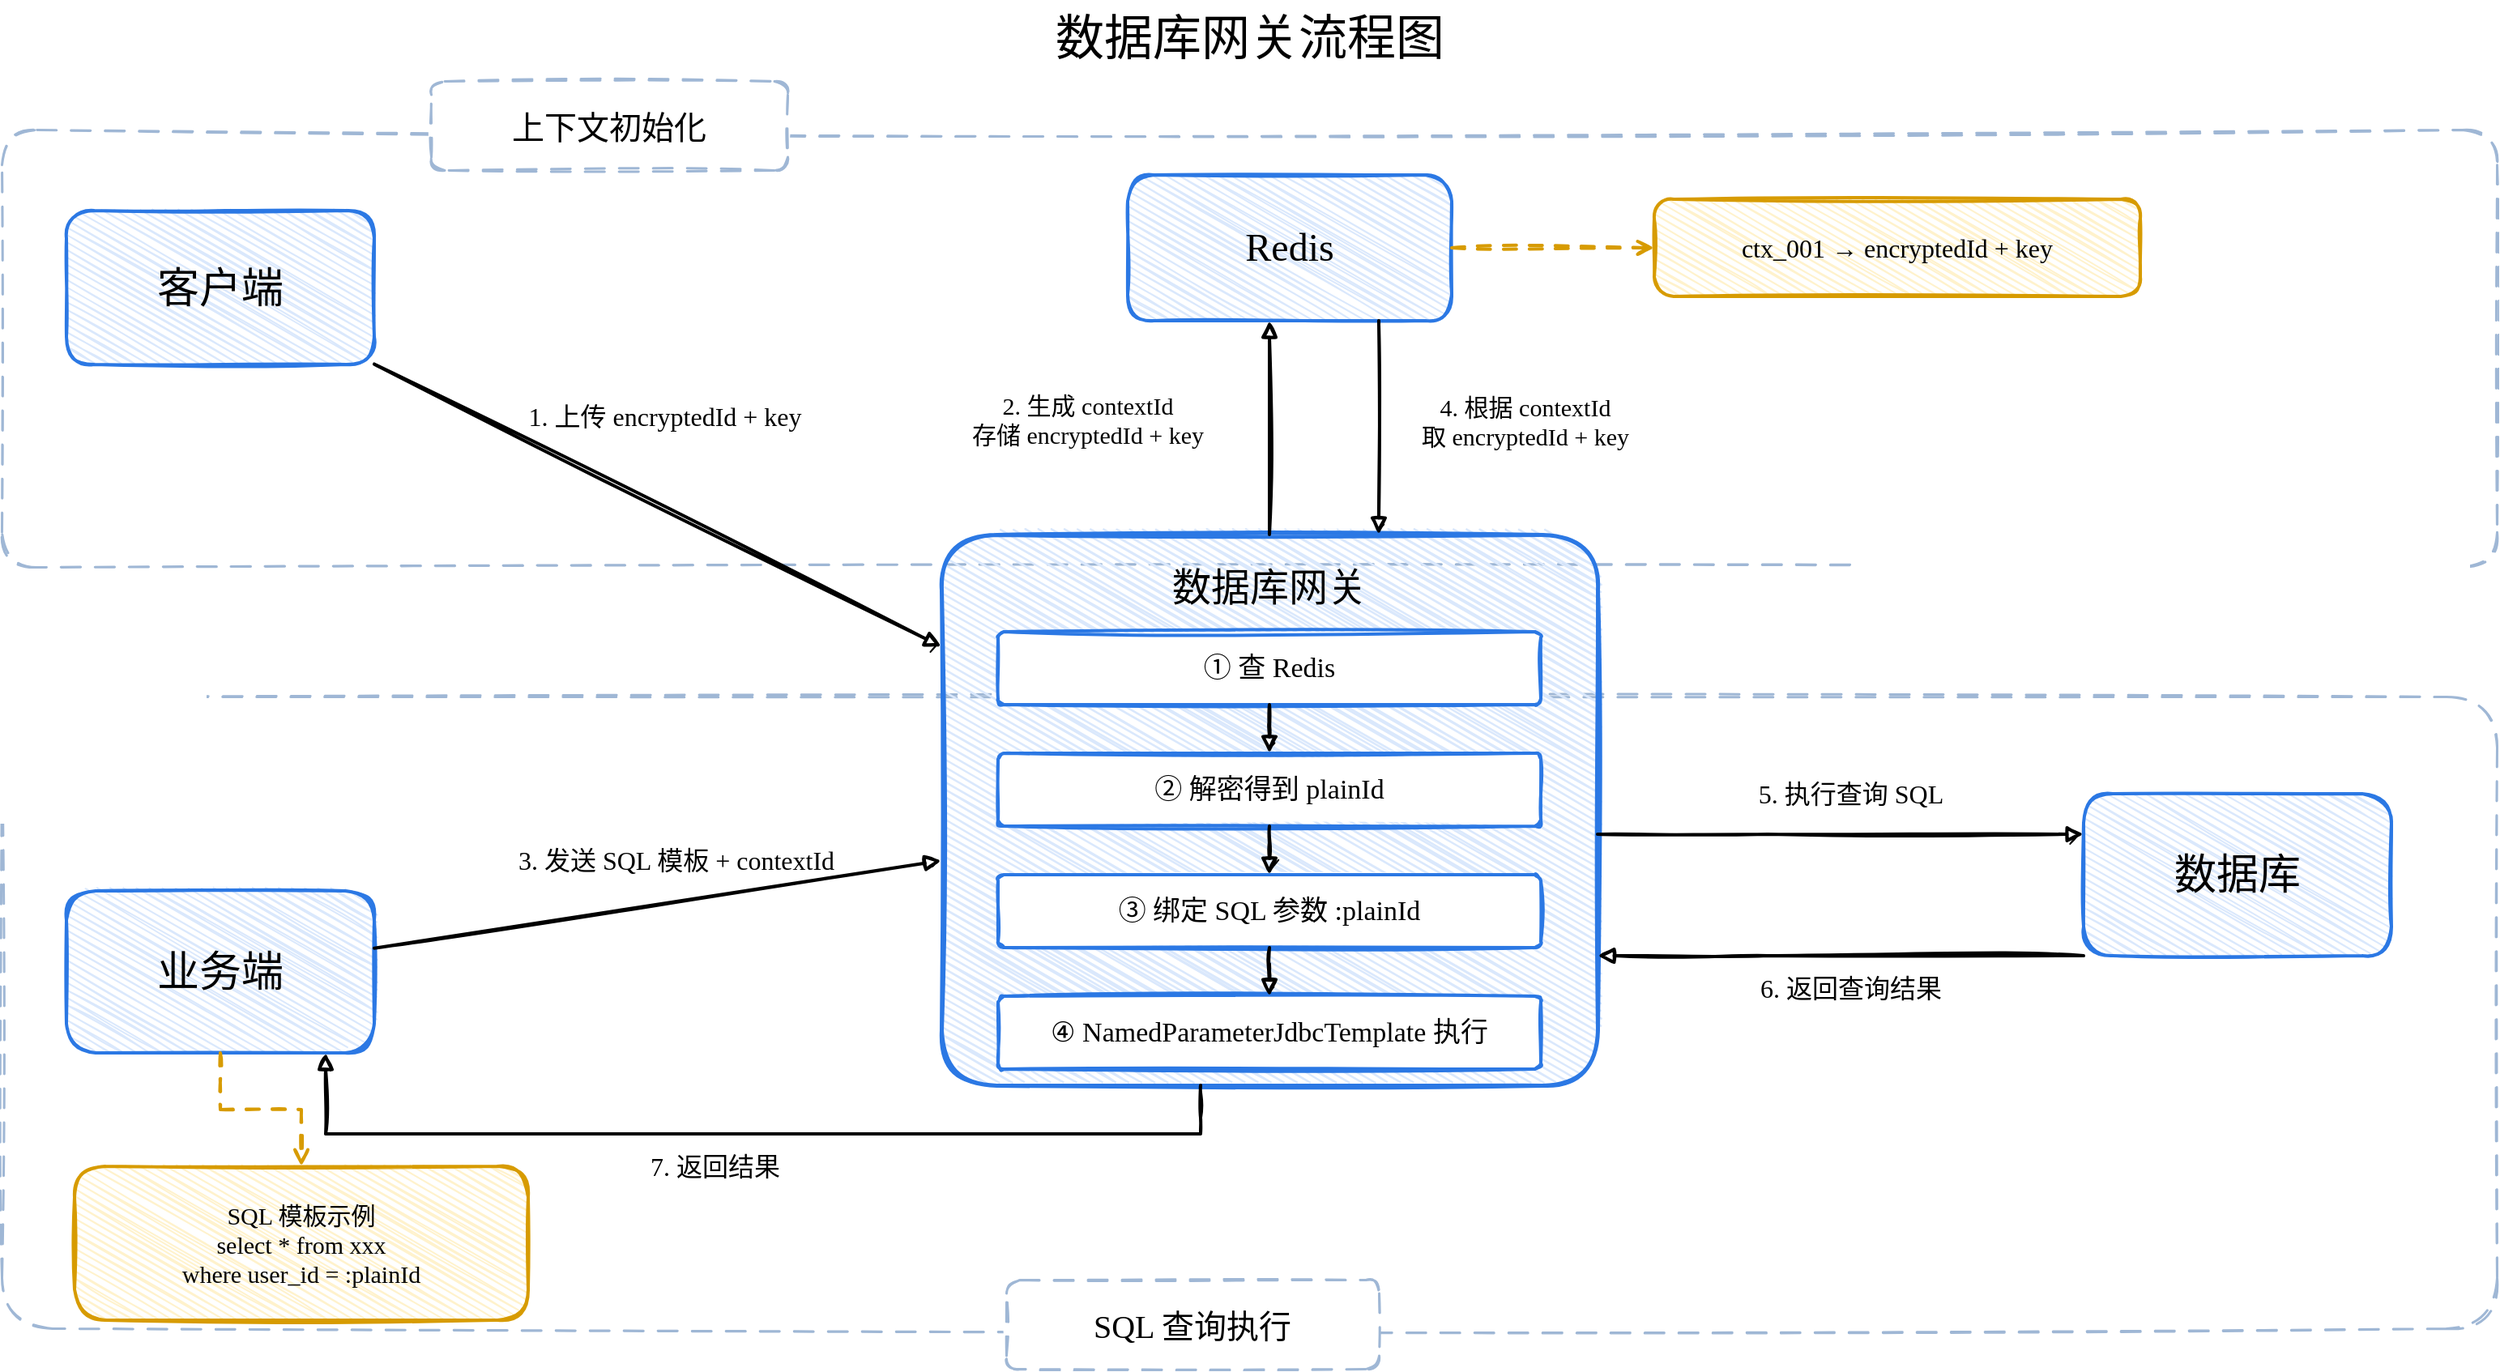
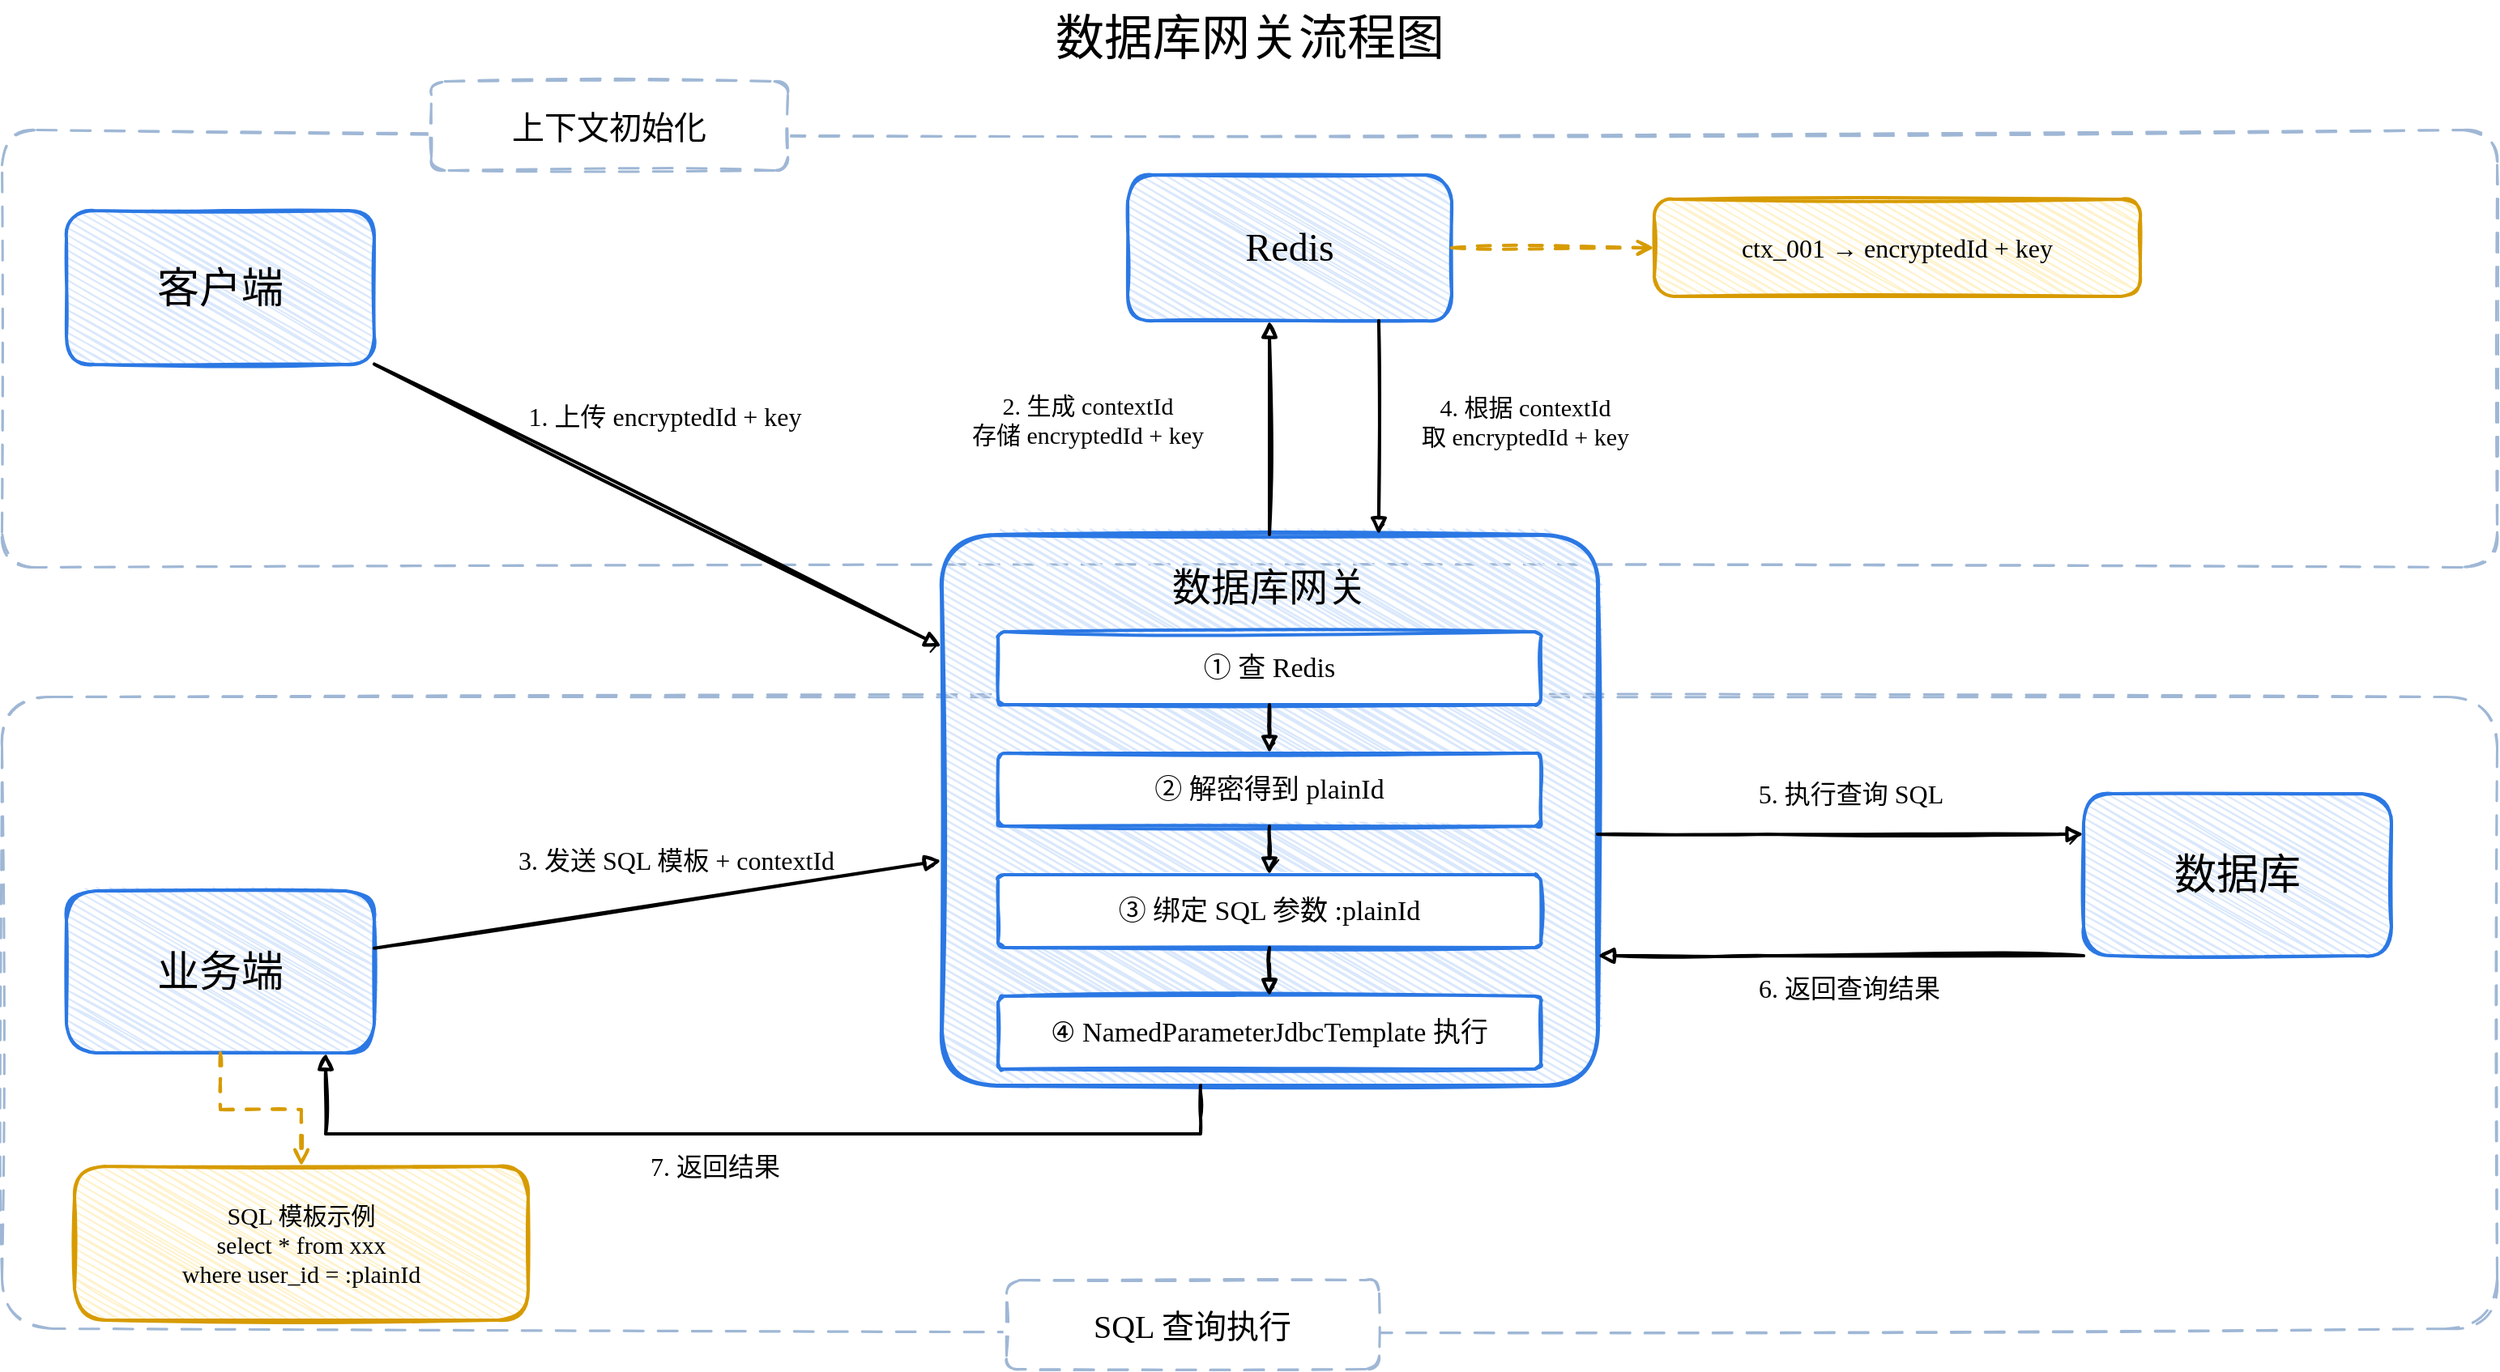
<mxfile host="app.diagrams.net">
  <diagram name="第 1 页" id="lDtMVX3rfUzubP_undm2">
-     <mxGraphModel dx="2058" dy="1438" grid="1" gridSize="10" guides="1" tooltips="1" connect="1" arrows="1" fold="1" page="1" pageScale="1" pageWidth="1600" pageHeight="900" math="0" shadow="0">
+     <mxGraphModel dx="1684" dy="1176" grid="1" gridSize="10" guides="1" tooltips="1" connect="1" arrows="1" fold="1" page="1" pageScale="1" pageWidth="1600" pageHeight="900" math="0" shadow="0">
      <root>
        <mxCell id="0" />
        <mxCell id="1" parent="0" />
        <mxCell id="sec_init" parent="1" style="rounded=1;whiteSpace=wrap;html=1;fillColor=none;strokeColor=#9fb7d5;dashed=1;dashPattern=8 6;strokeWidth=1.5;arcSize=8;sketch=1;" value="" vertex="1">
          <mxGeometry height="270" width="1540" x="30" y="100" as="geometry" />
        </mxCell>
        <mxCell id="sec_sql" parent="1" style="rounded=1;whiteSpace=wrap;html=1;fillColor=none;strokeColor=#9fb7d5;dashed=1;dashPattern=8 6;strokeWidth=1.5;arcSize=8;sketch=1;" value="" vertex="1">
          <mxGeometry height="390" width="1540" x="30" y="450" as="geometry" />
        </mxCell>
        <mxCell id="title" parent="1" style="text;html=1;strokeColor=none;fillColor=none;align=center;verticalAlign=middle;fontSize=30;fontFamily=Comic Sans MS;" value="数据库网关流程图" vertex="1">
          <mxGeometry height="45" width="400" x="600" y="20" as="geometry" />
        </mxCell>
        <mxCell id="label_init" parent="1" style="rounded=1;whiteSpace=wrap;html=1;fillColor=default;strokeColor=#9fb7d5;dashed=1;dashPattern=8 6;strokeWidth=1.5;fontSize=20;fontFamily=Comic Sans MS;sketch=1;" value="上下文初始化" vertex="1">
          <mxGeometry height="55" width="220" x="295" y="70" as="geometry" />
        </mxCell>
        <mxCell id="label_sql" parent="1" style="rounded=1;whiteSpace=wrap;html=1;fillColor=default;strokeColor=#9fb7d5;dashed=1;dashPattern=8 6;strokeWidth=1.5;fontSize=20;fontFamily=Comic Sans MS;sketch=1;" value="SQL 查询执行" vertex="1">
          <mxGeometry height="55" width="230" x="650" y="810" as="geometry" />
        </mxCell>
        <mxCell id="client" parent="1" style="rounded=1;whiteSpace=wrap;html=1;fillColor=#dae8fc;strokeColor=#2b78e4;strokeWidth=2;arcSize=18;fontSize=26;fontFamily=Comic Sans MS;sketch=1;hachureGap=4;hachureAngle=60;" value="客户端" vertex="1">
          <mxGeometry height="95" width="190" x="70" y="150" as="geometry" />
        </mxCell>
        <mxCell id="biz" parent="1" style="rounded=1;whiteSpace=wrap;html=1;fillColor=#dae8fc;strokeColor=#2b78e4;strokeWidth=2;arcSize=18;fontSize=26;fontFamily=Comic Sans MS;sketch=1;hachureGap=4;hachureAngle=60;" value="业务端" vertex="1">
          <mxGeometry height="100" width="190" x="70" y="570" as="geometry" />
        </mxCell>
        <mxCell id="redis" parent="1" style="rounded=1;whiteSpace=wrap;html=1;fillColor=#dae8fc;strokeColor=#2b78e4;strokeWidth=2;arcSize=18;fontSize=24;fontFamily=Comic Sans MS;sketch=1;hachureGap=4;hachureAngle=60;" value="Redis" vertex="1">
          <mxGeometry height="90" width="200" x="725" y="128" as="geometry" />
        </mxCell>
        <mxCell id="db" parent="1" style="rounded=1;whiteSpace=wrap;html=1;fillColor=#dae8fc;strokeColor=#2b78e4;strokeWidth=2;arcSize=18;fontSize=26;fontFamily=Comic Sans MS;sketch=1;hachureGap=4;hachureAngle=60;" value="数据库" vertex="1">
          <mxGeometry height="100" width="190" x="1315" y="510" as="geometry" />
        </mxCell>
        <mxCell id="gateway" parent="1" style="rounded=1;whiteSpace=wrap;html=1;fillColor=#dae8fc;strokeColor=#2b78e4;strokeWidth=2.5;arcSize=10;fontSize=24;fontFamily=Comic Sans MS;sketch=1;hachureGap=4;hachureAngle=60;verticalAlign=top;spacingTop=12;" value="数据库网关" vertex="1">
          <mxGeometry height="340" width="405" x="610" y="350" as="geometry" />
        </mxCell>
        <mxCell id="s1" parent="1" style="rounded=1;whiteSpace=wrap;html=1;fillColor=#ffffff;strokeColor=#2b78e4;strokeWidth=2;arcSize=8;fontSize=17;fontFamily=Comic Sans MS;sketch=1;" value="① 查 Redis" vertex="1">
          <mxGeometry height="45" width="335" x="645" y="410" as="geometry" />
        </mxCell>
        <mxCell id="s2" parent="1" style="rounded=1;whiteSpace=wrap;html=1;fillColor=#ffffff;strokeColor=#2b78e4;strokeWidth=2;arcSize=8;fontSize=17;fontFamily=Comic Sans MS;sketch=1;" value="② 解密得到 plainId" vertex="1">
          <mxGeometry height="45" width="335" x="645" y="485" as="geometry" />
        </mxCell>
        <mxCell id="s3" parent="1" style="rounded=1;whiteSpace=wrap;html=1;fillColor=#ffffff;strokeColor=#2b78e4;strokeWidth=2;arcSize=8;fontSize=17;fontFamily=Comic Sans MS;sketch=1;" value="③ 绑定 SQL 参数 :plainId" vertex="1">
          <mxGeometry height="45" width="335" x="645" y="560" as="geometry" />
        </mxCell>
        <mxCell id="s4" parent="1" style="rounded=1;whiteSpace=wrap;html=1;fillColor=#ffffff;strokeColor=#2b78e4;strokeWidth=2;arcSize=8;fontSize=17;fontFamily=Comic Sans MS;sketch=1;" value="④ NamedParameterJdbcTemplate 执行" vertex="1">
          <mxGeometry height="45" width="335" x="645" y="635" as="geometry" />
        </mxCell>
        <mxCell id="redis_note" parent="1" style="rounded=1;whiteSpace=wrap;html=1;fillColor=#fff2cc;strokeColor=#d79b00;strokeWidth=2;arcSize=20;fontSize=16;fontFamily=Comic Sans MS;sketch=1;hachureGap=4;hachureAngle=60;" value="ctx_001 → encryptedId + key" vertex="1">
          <mxGeometry height="60" width="300" x="1050" y="143" as="geometry" />
        </mxCell>
        <mxCell id="sql_note" parent="1" style="rounded=1;whiteSpace=wrap;html=1;fillColor=#fff2cc;strokeColor=#d79b00;strokeWidth=2;arcSize=20;fontSize=15;fontFamily=Comic Sans MS;sketch=1;hachureGap=4;hachureAngle=60;" value="SQL 模板示例&lt;br&gt;select * from xxx&lt;br&gt;where user_id = :plainId" vertex="1">
          <mxGeometry height="95" width="280" x="75" y="740" as="geometry" />
        </mxCell>
        <mxCell id="e1" edge="1" parent="1" source="client" style="rounded=0;orthogonalLoop=1;jettySize=auto;html=1;endArrow=block;endFill=1;strokeColor=#000000;strokeWidth=2;fontSize=16;fontFamily=Comic Sans MS;sketch=1;labelBackgroundColor=none;" target="gateway" value="1. 上传 encryptedId + key">
          <mxGeometry relative="1" x="-0.0333" y="36" as="geometry">
            <mxPoint x="-6" y="-20" as="offset" />
          </mxGeometry>
        </mxCell>
        <mxCell id="e2" edge="1" parent="1" source="gateway" style="edgeStyle=orthogonalEdgeStyle;rounded=0;orthogonalLoop=1;jettySize=auto;html=1;endArrow=block;endFill=1;strokeColor=#000000;strokeWidth=2;fontSize=15;fontFamily=Comic Sans MS;sketch=1;labelBackgroundColor=none;" target="redis" value="2. 生成 contextId&lt;br&gt;存储 encryptedId + key">
          <mxGeometry relative="1" x="0.0606" y="113" as="geometry">
            <mxPoint y="-1" as="offset" />
            <Array as="points">
              <mxPoint x="765" y="350" />
              <mxPoint x="765" y="220" />
            </Array>
          </mxGeometry>
        </mxCell>
        <mxCell id="e3" edge="1" parent="1" source="biz" style="rounded=0;orthogonalLoop=1;jettySize=auto;html=1;endArrow=block;endFill=1;strokeColor=#000000;strokeWidth=2;fontSize=16;fontFamily=Comic Sans MS;sketch=1;labelBackgroundColor=none;" target="gateway" value="3. 发送 SQL 模板 + contextId">
          <mxGeometry relative="1" x="0.0833" y="25" as="geometry">
            <mxPoint as="offset" />
          </mxGeometry>
        </mxCell>
        <mxCell id="e4" edge="1" parent="1" source="redis" style="edgeStyle=orthogonalEdgeStyle;rounded=0;orthogonalLoop=1;jettySize=auto;html=1;endArrow=block;endFill=1;strokeColor=#000000;strokeWidth=2;fontSize=15;fontFamily=Comic Sans MS;sketch=1;labelBackgroundColor=none;" target="gateway" value="4. 根据 contextId&lt;br&gt;取 encryptedId + key">
          <mxGeometry relative="1" x="-0.0606" y="90" as="geometry">
            <mxPoint as="offset" />
            <Array as="points">
              <mxPoint x="880" y="220" />
              <mxPoint x="880" y="350" />
            </Array>
          </mxGeometry>
        </mxCell>
        <mxCell id="e5" edge="1" parent="1" source="gateway" style="edgeStyle=orthogonalEdgeStyle;rounded=0;orthogonalLoop=1;jettySize=auto;html=1;endArrow=block;endFill=1;strokeColor=#000000;strokeWidth=2;fontSize=16;fontFamily=Comic Sans MS;sketch=1;labelBackgroundColor=none;" target="db" value="5. 执行查询 SQL">
          <mxGeometry relative="1" x="0.0333" y="25" as="geometry">
            <mxPoint x="1" as="offset" />
            <Array as="points">
              <mxPoint x="1120" y="535" />
              <mxPoint x="1315" y="535" />
            </Array>
          </mxGeometry>
        </mxCell>
-         <mxCell id="e6" edge="1" parent="1" source="db" style="edgeStyle=orthogonalEdgeStyle;rounded=0;orthogonalLoop=1;jettySize=auto;html=1;endArrow=block;endFill=1;strokeColor=#000000;strokeWidth=2;fontSize=16;fontFamily=Comic Sans MS;sketch=1;" target="gateway" value="6. 返回查询结果">
-           <mxGeometry relative="1" x="-0.0333" y="20" as="geometry">
-             <mxPoint x="1" as="offset" />
+         <mxCell id="e6" edge="1" parent="1" source="db" style="edgeStyle=orthogonalEdgeStyle;rounded=0;orthogonalLoop=1;jettySize=auto;html=1;endArrow=block;endFill=1;strokeColor=#000000;strokeWidth=2;fontSize=16;fontFamily=Comic Sans MS;sketch=1;labelBackgroundColor=none;" target="gateway" value="6. 返回查询结果">
+           <mxGeometry relative="1" x="-0.04" y="20" as="geometry">
+             <mxPoint x="-1" as="offset" />
            <Array as="points">
              <mxPoint x="1120" y="610" />
              <mxPoint x="1015" y="610" />
            </Array>
          </mxGeometry>
        </mxCell>
        <mxCell id="e7" edge="1" parent="1" source="gateway" style="edgeStyle=orthogonalEdgeStyle;rounded=0;orthogonalLoop=1;jettySize=auto;html=1;endArrow=block;endFill=1;strokeColor=#000000;strokeWidth=2;fontSize=16;fontFamily=Comic Sans MS;sketch=1;labelBackgroundColor=none;" target="biz" value="7. 返回结果">
          <mxGeometry relative="1" x="0.0645" y="20" as="geometry">
            <mxPoint as="offset" />
            <Array as="points">
              <mxPoint x="770" y="710" />
              <mxPoint x="770" y="720" />
              <mxPoint x="230" y="720" />
              <mxPoint x="230" y="670" />
            </Array>
          </mxGeometry>
        </mxCell>
        <mxCell id="is12" edge="1" parent="1" source="s1" style="edgeStyle=orthogonalEdgeStyle;rounded=0;orthogonalLoop=1;jettySize=auto;html=1;endArrow=block;endFill=1;strokeColor=#000000;strokeWidth=2;fontSize=1;fontFamily=Comic Sans MS;sketch=1;" target="s2" value="">
          <mxGeometry relative="1" as="geometry" />
        </mxCell>
        <mxCell id="is23" edge="1" parent="1" source="s2" style="edgeStyle=orthogonalEdgeStyle;rounded=0;orthogonalLoop=1;jettySize=auto;html=1;endArrow=block;endFill=1;strokeColor=#000000;strokeWidth=2;fontSize=1;fontFamily=Comic Sans MS;sketch=1;" target="s3" value="">
          <mxGeometry relative="1" as="geometry" />
        </mxCell>
        <mxCell id="is34" edge="1" parent="1" source="s3" style="edgeStyle=orthogonalEdgeStyle;rounded=0;orthogonalLoop=1;jettySize=auto;html=1;endArrow=block;endFill=1;strokeColor=#000000;strokeWidth=2;fontSize=1;fontFamily=Comic Sans MS;sketch=1;" target="s4" value="">
          <mxGeometry relative="1" as="geometry" />
        </mxCell>
        <mxCell id="n1" edge="1" parent="1" source="redis" style="edgeStyle=orthogonalEdgeStyle;rounded=0;orthogonalLoop=1;jettySize=auto;html=1;endArrow=open;endFill=1;strokeColor=#d79b00;strokeWidth=2;fontSize=16;fontFamily=Comic Sans MS;sketch=1;dashed=1;dashPattern=4 4;" target="redis_note" value="">
          <mxGeometry relative="1" as="geometry" />
        </mxCell>
        <mxCell id="n2" edge="1" parent="1" source="biz" style="edgeStyle=orthogonalEdgeStyle;rounded=0;orthogonalLoop=1;jettySize=auto;html=1;endArrow=open;endFill=1;strokeColor=#d79b00;strokeWidth=2;fontSize=16;fontFamily=Comic Sans MS;sketch=1;dashed=1;dashPattern=4 4;" target="sql_note" value="">
          <mxGeometry relative="1" as="geometry" />
        </mxCell>
      </root>
    </mxGraphModel>
  </diagram>
</mxfile>
